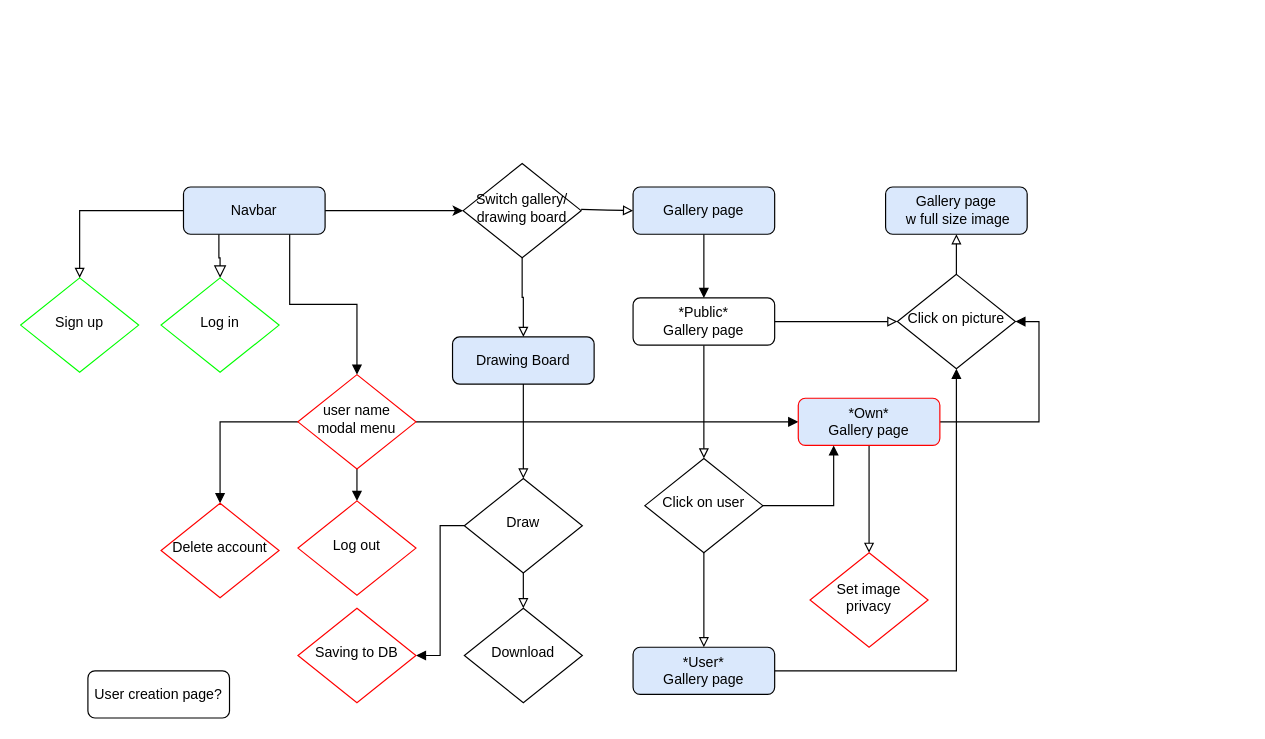
damien-rembert/diagrams keeps this draw.io diagram as page "Everything" (1 of 6) of pixel/user_stories.drawio. Above is the earlier version. Source tidied: cells renumbered, new cells numbered last; positions are measured from the earlier drawing's top-left corner, leaving out a move shared by most shapes. Both pictures are drawn from the tidied source at 118%, with x=0, y=0 at pixel (20, 163).
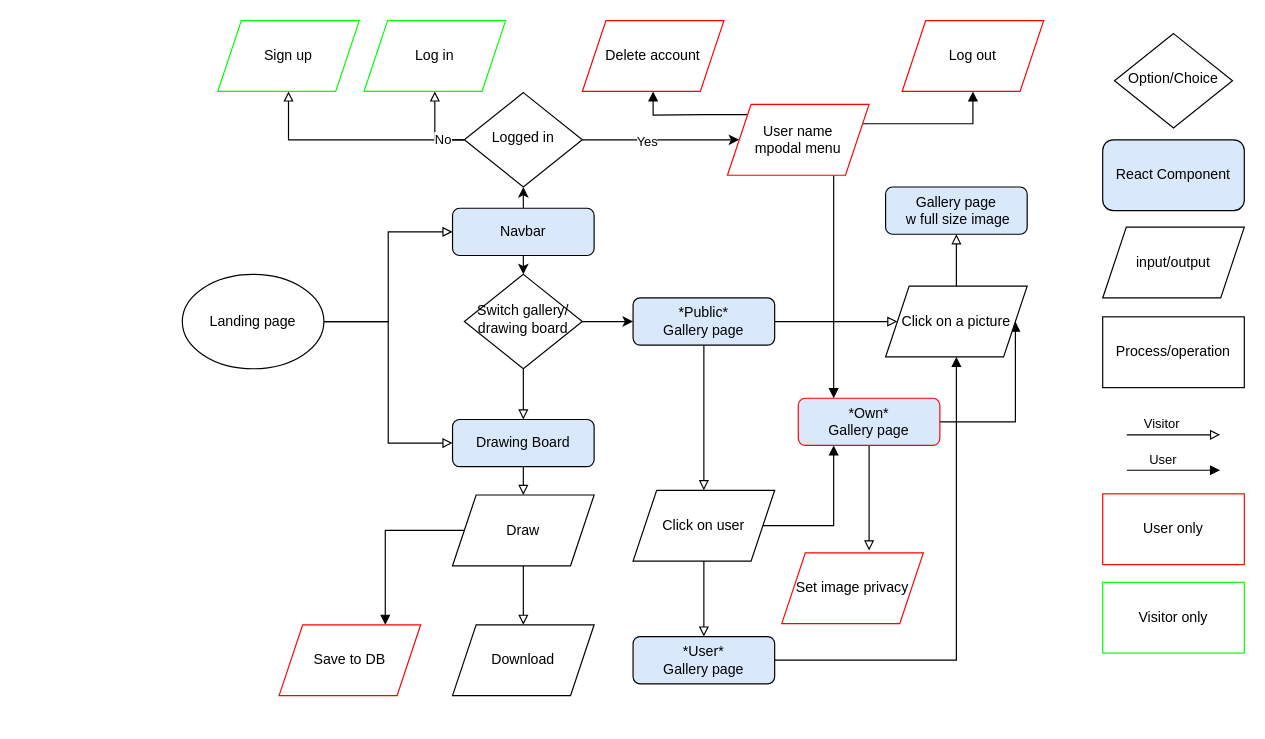
Above is the later version.

The change refers to these unchanged cells:
```xml
<mxCell id="23" value="&lt;div&gt;*Own* &lt;br&gt;&lt;/div&gt;&lt;div&gt;Gallery page&lt;/div&gt;" style="rounded=1;whiteSpace=wrap;html=1;fontSize=12;glass=0;strokeWidth=1;shadow=0;fillColor=#dae8fc;strokeColor=#FF0000;" parent="1" vertex="1">
  <mxGeometry x="659" y="199" width="120" height="40" as="geometry" />
</mxCell>
```

The edit, as a diff of the source:
```diff
@@
-    <mxCell id="2" style="rounded=0;html=1;jettySize=auto;fontSize=11;endArrow=block;endFill=0;endSize=8;strokeWidth=1;shadow=0;labelBackgroundColor=none;edgeStyle=orthogonalEdgeStyle;exitX=0.25;exitY=1;exitDx=0;exitDy=0;" parent="1" edge="1" source="18" target="6">
-      <mxGeometry relative="1" as="geometry" />
-    </mxCell>
-    <mxCell id="3" style="edgeStyle=orthogonalEdgeStyle;rounded=0;jettySize=auto;html=1;entryX=0;entryY=0.5;entryDx=0;entryDy=0;exitX=1;exitY=0.5;exitDx=0;exitDy=0;" parent="1" edge="1" source="18" target="9">
+    <mxCell id="3" style="edgeStyle=orthogonalEdgeStyle;rounded=0;jettySize=auto;html=1;entryX=0.5;entryY=0;entryDx=0;entryDy=0;exitX=0.5;exitY=1;exitDx=0;exitDy=0;" parent="1" edge="1" source="18" target="9">
       <mxGeometry relative="1" as="geometry" />
     </mxCell>
@@
     <mxCell id="5" value="&lt;div&gt;Drawing Board&lt;/div&gt;" style="rounded=1;whiteSpace=wrap;html=1;fontSize=12;glass=0;strokeWidth=1;shadow=0;fillColor=#dae8fc;strokeColor=#000000;" parent="1" vertex="1">
-      <mxGeometry x="366" y="147" width="120" height="40" as="geometry" />
+      <mxGeometry x="366" y="217" width="120" height="40" as="geometry" />
     </mxCell>
-    <mxCell id="6" value="Log in" style="rhombus;whiteSpace=wrap;html=1;shadow=0;fontFamily=Helvetica;fontSize=12;align=center;strokeWidth=1;spacing=6;spacingTop=-4;strokeColor=#00FF00;" parent="1" vertex="1">
-      <mxGeometry x="119" y="97" width="100" height="80" as="geometry" />
-    </mxCell>
@@
-    <mxCell id="8" style="edgeStyle=orthogonalEdgeStyle;rounded=0;jettySize=auto;html=1;exitX=1;exitY=0.5;exitDx=0;exitDy=0;entryX=0;entryY=0.5;entryDx=0;entryDy=0;endArrow=block;endFill=0;" parent="1" edge="1" target="29">
-      <mxGeometry relative="1" as="geometry">
-        <mxPoint x="475" y="39" as="sourcePoint" />
-      </mxGeometry>
-    </mxCell>
+    <mxCell id="43" style="edgeStyle=orthogonalEdgeStyle;rounded=0;jettySize=auto;html=1;exitX=1;exitY=0.5;exitDx=0;exitDy=0;entryX=0;entryY=0.5;entryDx=0;entryDy=0;" parent="1" edge="1" source="9" target="15">
+      <mxGeometry relative="1" as="geometry" />
+    </mxCell>
     <mxCell id="9" value="&lt;div&gt;Switch gallery/&lt;/div&gt;&lt;div&gt;drawing board&lt;/div&gt;" style="rhombus;whiteSpace=wrap;html=1;shadow=0;fontFamily=Helvetica;fontSize=12;align=center;strokeWidth=1;spacing=6;spacingTop=-4;" parent="1" vertex="1">
-      <mxGeometry x="375" width="100" height="80" as="geometry" />
+      <mxGeometry x="376" y="94" width="100" height="80" as="geometry" />
     </mxCell>
-    <mxCell id="10" value="Sign up" style="rhombus;whiteSpace=wrap;html=1;shadow=0;fontFamily=Helvetica;fontSize=12;align=center;strokeWidth=1;spacing=6;spacingTop=-4;strokeColor=#00FF00;" parent="1" vertex="1">
-      <mxGeometry y="97" width="100" height="80" as="geometry" />
-    </mxCell>
-    <mxCell id="11" value="&lt;div&gt;User creation page?&lt;/div&gt;" style="rounded=1;whiteSpace=wrap;html=1;fontSize=12;glass=0;strokeWidth=1;shadow=0;" parent="1" vertex="1">
-      <mxGeometry x="57" y="430" width="120" height="40" as="geometry" />
-    </mxCell>
-    <mxCell id="12" style="edgeStyle=orthogonalEdgeStyle;rounded=0;jettySize=auto;html=1;entryX=0.5;entryY=0;entryDx=0;entryDy=0;exitX=0;exitY=0.5;exitDx=0;exitDy=0;endArrow=block;endFill=0;" parent="1" edge="1" source="18" target="10">
-      <mxGeometry relative="1" as="geometry" />
-    </mxCell>
@@
-    <mxCell id="14" style="edgeStyle=orthogonalEdgeStyle;rounded=0;jettySize=auto;html=1;exitX=1;exitY=0.5;exitDx=0;exitDy=0;entryX=0;entryY=0.5;entryDx=0;entryDy=0;endArrow=block;endFill=0;" parent="1" edge="1" source="15" target="41">
+    <mxCell id="14" style="edgeStyle=orthogonalEdgeStyle;rounded=0;jettySize=auto;html=1;exitX=1;exitY=0.5;exitDx=0;exitDy=0;entryX=0;entryY=0.5;entryDx=0;entryDy=0;endArrow=block;endFill=0;" parent="1" edge="1" source="15" target="48">
       <mxGeometry relative="1" as="geometry" />
     </mxCell>
-    <mxCell id="15" value="*Public*&lt;br&gt;&lt;div&gt;Gallery page&lt;/div&gt;" style="rounded=1;whiteSpace=wrap;html=1;fontSize=12;glass=0;strokeWidth=1;shadow=0;" parent="1" vertex="1">
+    <mxCell id="15" value="*Public*&lt;br&gt;&lt;div&gt;Gallery page&lt;/div&gt;" style="rounded=1;whiteSpace=wrap;html=1;fontSize=12;glass=0;strokeWidth=1;shadow=0;fillColor=#DAE8FC;" parent="1" vertex="1">
       <mxGeometry x="519" y="114" width="120" height="40" as="geometry" />
     </mxCell>
-    <mxCell id="16" style="edgeStyle=orthogonalEdgeStyle;rounded=0;jettySize=auto;html=1;exitX=1;exitY=0.5;exitDx=0;exitDy=0;entryX=0;entryY=0.5;entryDx=0;entryDy=0;endArrow=block;endFill=1;" parent="1" edge="1" source="33" target="23">
+    <mxCell id="16" style="edgeStyle=orthogonalEdgeStyle;rounded=0;jettySize=auto;html=1;exitX=0.75;exitY=1;exitDx=0;exitDy=0;entryX=0.25;entryY=0;entryDx=0;entryDy=0;endArrow=block;endFill=1;" parent="1" edge="1" source="50" target="23">
       <mxGeometry relative="1" as="geometry" />
     </mxCell>
-    <mxCell id="17" style="edgeStyle=orthogonalEdgeStyle;rounded=0;jettySize=auto;html=1;exitX=0.75;exitY=1;exitDx=0;exitDy=0;endArrow=block;endFill=1;" parent="1" edge="1" source="18" target="33">
-      <mxGeometry relative="1" as="geometry" />
-    </mxCell>
+    <mxCell id="44" style="edgeStyle=orthogonalEdgeStyle;rounded=0;jettySize=auto;html=1;exitX=0.5;exitY=0;exitDx=0;exitDy=0;entryX=0.5;entryY=1;entryDx=0;entryDy=0;" parent="1" edge="1" source="18" target="56">
+      <mxGeometry relative="1" as="geometry" />
+    </mxCell>
     <mxCell id="18" value="&lt;div&gt;Navbar&lt;/div&gt;" style="rounded=1;whiteSpace=wrap;html=1;fontSize=12;glass=0;strokeWidth=1;shadow=0;fillColor=#dae8fc;strokeColor=#000000;" parent="1" vertex="1">
-      <mxGeometry x="138" y="20" width="120" height="40" as="geometry" />
+      <mxGeometry x="366" y="38" width="120" height="40" as="geometry" />
     </mxCell>
-    <mxCell id="19" style="edgeStyle=orthogonalEdgeStyle;rounded=0;jettySize=auto;html=1;exitX=1;exitY=0.5;exitDx=0;exitDy=0;entryX=0.5;entryY=1;entryDx=0;entryDy=0;endArrow=block;endFill=1;" parent="1" edge="1" source="20" target="41">
+    <mxCell id="19" style="edgeStyle=orthogonalEdgeStyle;rounded=0;jettySize=auto;html=1;exitX=1;exitY=0.5;exitDx=0;exitDy=0;entryX=0.5;entryY=1;entryDx=0;entryDy=0;endArrow=block;endFill=1;" parent="1" edge="1" source="20" target="48">
       <mxGeometry relative="1" as="geometry" />
     </mxCell>
     <mxCell id="20" value="&lt;div&gt;*User*&lt;/div&gt;&lt;div&gt;Gallery page&lt;/div&gt;" style="rounded=1;whiteSpace=wrap;html=1;fontSize=12;glass=0;strokeWidth=1;shadow=0;fillColor=#dae8fc;strokeColor=#000000;" parent="1" vertex="1">
-      <mxGeometry x="519" y="410" width="120" height="40" as="geometry" />
+      <mxGeometry x="519" y="401" width="120" height="40" as="geometry" />
     </mxCell>
-    <mxCell id="21" style="edgeStyle=orthogonalEdgeStyle;rounded=0;jettySize=auto;html=1;exitX=0.5;exitY=1;exitDx=0;exitDy=0;entryX=0.5;entryY=0;entryDx=0;entryDy=0;endArrow=block;endFill=0;" parent="1" edge="1" source="23" target="36">
+    <mxCell id="21" style="edgeStyle=orthogonalEdgeStyle;rounded=0;jettySize=auto;html=1;exitX=0.5;exitY=1;exitDx=0;exitDy=0;entryX=0.617;entryY=-0.033;entryDx=0;entryDy=0;endArrow=block;endFill=0;entryPerimeter=0;" parent="1" edge="1" source="23" target="36">
       <mxGeometry relative="1" as="geometry" />
     </mxCell>
-    <mxCell id="22" style="edgeStyle=orthogonalEdgeStyle;rounded=0;jettySize=auto;html=1;exitX=1;exitY=0.5;exitDx=0;exitDy=0;entryX=1;entryY=0.5;entryDx=0;entryDy=0;endArrow=block;endFill=1;" parent="1" edge="1" source="23" target="41">
+    <mxCell id="22" style="edgeStyle=orthogonalEdgeStyle;rounded=0;jettySize=auto;html=1;exitX=1;exitY=0.5;exitDx=0;exitDy=0;entryX=1;entryY=0.5;entryDx=0;entryDy=0;endArrow=block;endFill=1;" parent="1" edge="1" source="23" target="48">
       <mxGeometry relative="1" as="geometry" />
     </mxCell>
@@
-    <mxCell id="25" style="edgeStyle=orthogonalEdgeStyle;rounded=0;jettySize=auto;html=1;exitX=0;exitY=0.5;exitDx=0;exitDy=0;entryX=1;entryY=0.5;entryDx=0;entryDy=0;endArrow=block;endFill=1;" parent="1" edge="1" source="26" target="30">
+    <mxCell id="25" style="edgeStyle=orthogonalEdgeStyle;rounded=0;jettySize=auto;html=1;exitX=0;exitY=0.5;exitDx=0;exitDy=0;entryX=0.75;entryY=0;entryDx=0;entryDy=0;endArrow=block;endFill=1;" parent="1" edge="1" source="26" target="49">
       <mxGeometry relative="1" as="geometry" />
     </mxCell>
-    <mxCell id="26" value="&lt;div&gt;Draw&lt;/div&gt;" style="rhombus;whiteSpace=wrap;html=1;shadow=0;fontFamily=Helvetica;fontSize=12;align=center;strokeWidth=1;spacing=6;spacingTop=-4;" parent="1" vertex="1">
-      <mxGeometry x="376" y="267" width="100" height="80" as="geometry" />
-    </mxCell>
-    <mxCell id="27" value="&lt;div&gt;Download&lt;/div&gt;" style="rhombus;whiteSpace=wrap;html=1;shadow=0;fontFamily=Helvetica;fontSize=12;align=center;strokeWidth=1;spacing=6;spacingTop=-4;" parent="1" vertex="1">
-      <mxGeometry x="376" y="377" width="100" height="80" as="geometry" />
-    </mxCell>
-    <mxCell id="28" style="edgeStyle=orthogonalEdgeStyle;rounded=0;jettySize=auto;html=1;exitX=0.5;exitY=1;exitDx=0;exitDy=0;entryX=0.5;entryY=0;entryDx=0;entryDy=0;endArrow=block;endFill=1;" parent="1" edge="1" source="29" target="15">
-      <mxGeometry relative="1" as="geometry" />
-    </mxCell>
-    <mxCell id="29" value="&lt;div&gt;Gallery page&lt;/div&gt;" style="rounded=1;whiteSpace=wrap;html=1;fontSize=12;glass=0;strokeWidth=1;shadow=0;fillColor=#dae8fc;strokeColor=#000000;" parent="1" vertex="1">
-      <mxGeometry x="519" y="20" width="120" height="40" as="geometry" />
-    </mxCell>
-    <mxCell id="30" value="&lt;div&gt;Saving to DB&lt;br&gt;&lt;/div&gt;" style="rhombus;whiteSpace=wrap;html=1;shadow=0;fontFamily=Helvetica;fontSize=12;align=center;strokeWidth=1;spacing=6;spacingTop=-4;strokeColor=#FF0000;" parent="1" vertex="1">
-      <mxGeometry x="235" y="377" width="100" height="80" as="geometry" />
-    </mxCell>
-    <mxCell id="31" style="edgeStyle=orthogonalEdgeStyle;rounded=0;jettySize=auto;html=1;exitX=0.5;exitY=1;exitDx=0;exitDy=0;entryX=0.5;entryY=0;entryDx=0;entryDy=0;endArrow=block;endFill=1;" parent="1" edge="1" source="33" target="34">
+    <mxCell id="31" style="edgeStyle=orthogonalEdgeStyle;rounded=0;jettySize=auto;html=1;exitX=1;exitY=0.25;exitDx=0;exitDy=0;entryX=0.5;entryY=1;entryDx=0;entryDy=0;endArrow=block;endFill=1;" parent="1" edge="1" source="50" target="34">
       <mxGeometry relative="1" as="geometry" />
     </mxCell>
-    <mxCell id="32" style="edgeStyle=orthogonalEdgeStyle;rounded=0;jettySize=auto;html=1;exitX=0;exitY=0.5;exitDx=0;exitDy=0;entryX=0.5;entryY=0;entryDx=0;entryDy=0;endArrow=block;endFill=1;" parent="1" edge="1" source="33" target="35">
+    <mxCell id="32" style="edgeStyle=orthogonalEdgeStyle;rounded=0;jettySize=auto;html=1;entryX=0.5;entryY=1;entryDx=0;entryDy=0;endArrow=block;endFill=1;exitX=0;exitY=0;exitDx=0;exitDy=0;" parent="1" edge="1" source="50" target="35">
       <mxGeometry relative="1" as="geometry" />
     </mxCell>
-    <mxCell id="33" value="user name modal menu" style="rhombus;whiteSpace=wrap;html=1;shadow=0;fontFamily=Helvetica;fontSize=12;align=center;strokeWidth=1;spacing=6;spacingTop=-4;strokeColor=#FF0000;" parent="1" vertex="1">
-      <mxGeometry x="235" y="179" width="100" height="80" as="geometry" />
-    </mxCell>
+    <mxCell id="37" style="edgeStyle=orthogonalEdgeStyle;rounded=0;jettySize=auto;html=1;exitX=0.5;exitY=1;exitDx=0;exitDy=0;entryX=0.5;entryY=0;entryDx=0;entryDy=0;endArrow=block;endFill=0;" parent="1" edge="1" source="39" target="20">
+      <mxGeometry relative="1" as="geometry" />
+    </mxCell>
+    <mxCell id="38" style="edgeStyle=orthogonalEdgeStyle;rounded=0;jettySize=auto;html=1;exitX=1;exitY=0.5;exitDx=0;exitDy=0;entryX=0.25;entryY=1;entryDx=0;entryDy=0;endArrow=block;endFill=1;" parent="1" edge="1" source="39" target="23">
+      <mxGeometry relative="1" as="geometry" />
+    </mxCell>
+    <mxCell id="40" style="edgeStyle=orthogonalEdgeStyle;rounded=0;jettySize=auto;html=1;exitX=0.5;exitY=0;exitDx=0;exitDy=0;entryX=0.5;entryY=1;entryDx=0;entryDy=0;endArrow=block;endFill=0;" parent="1" edge="1" source="48" target="42">
+      <mxGeometry relative="1" as="geometry" />
+    </mxCell>
+    <mxCell id="42" value="&lt;div&gt;Gallery page&lt;/div&gt;&amp;nbsp;w full size image" style="rounded=1;whiteSpace=wrap;html=1;fontSize=12;glass=0;strokeWidth=1;shadow=0;fillColor=#dae8fc;strokeColor=#000000;" parent="1" vertex="1">
+      <mxGeometry x="733" y="20" width="120" height="40" as="geometry" />
+    </mxCell>
+    <mxCell id="45" value="input/output" style="shape=parallelogram;perimeter=parallelogramPerimeter;whiteSpace=wrap;html=1;fixedSize=1;" parent="1" vertex="1">
+      <mxGeometry x="917" y="54" width="120" height="60" as="geometry" />
+    </mxCell>
+    <mxCell id="46" value="React Component" style="rounded=1;whiteSpace=wrap;html=1;fillColor=#dae8fc;strokeColor=#000000;" parent="1" vertex="1">
+      <mxGeometry x="917" y="-20" width="120" height="60" as="geometry" />
+    </mxCell>
+    <mxCell id="47" value="Process/operation" style="rounded=0;whiteSpace=wrap;html=1;" parent="1" vertex="1">
+      <mxGeometry x="917" y="130" width="120" height="60" as="geometry" />
+    </mxCell>
+    <mxCell id="48" value="&lt;div&gt;Click on a picture&lt;/div&gt;" style="shape=parallelogram;perimeter=parallelogramPerimeter;whiteSpace=wrap;html=1;fixedSize=1;" parent="1" vertex="1">
+      <mxGeometry x="733" y="104" width="120" height="60" as="geometry" />
+    </mxCell>
+    <mxCell id="36" value="Set image privacy" style="shape=parallelogram;perimeter=parallelogramPerimeter;whiteSpace=wrap;html=1;fixedSize=1;strokeColor=#FF0000;" parent="1" vertex="1">
+      <mxGeometry x="645" y="330" width="120" height="60" as="geometry" />
+    </mxCell>
+    <mxCell id="39" value="Click on user" style="shape=parallelogram;perimeter=parallelogramPerimeter;whiteSpace=wrap;html=1;fixedSize=1;" parent="1" vertex="1">
+      <mxGeometry x="519" y="277" width="120" height="60" as="geometry" />
+    </mxCell>
+    <mxCell id="49" value="Save to DB" style="shape=parallelogram;perimeter=parallelogramPerimeter;whiteSpace=wrap;html=1;fixedSize=1;strokeColor=#FF0000;" parent="1" vertex="1">
+      <mxGeometry x="219" y="391" width="120" height="60" as="geometry" />
+    </mxCell>
+    <mxCell id="50" value="&lt;div&gt;User name&lt;/div&gt;&lt;div&gt;mpodal menu&lt;br&gt;&lt;/div&gt;" style="shape=parallelogram;perimeter=parallelogramPerimeter;whiteSpace=wrap;html=1;fixedSize=1;strokeColor=#FF0000;" parent="1" vertex="1">
+      <mxGeometry x="599" y="-50" width="120" height="60" as="geometry" />
+    </mxCell>
-    <mxCell id="34" value="&lt;div&gt;Log out&lt;/div&gt;" style="rhombus;whiteSpace=wrap;html=1;shadow=0;fontFamily=Helvetica;fontSize=12;align=center;strokeWidth=1;spacing=6;spacingTop=-4;strokeColor=#FF0000;" parent="1" vertex="1">
-      <mxGeometry x="235" y="286" width="100" height="80" as="geometry" />
+    <mxCell id="34" value="Log out" style="shape=parallelogram;perimeter=parallelogramPerimeter;whiteSpace=wrap;html=1;fixedSize=1;strokeColor=#FF0000;" parent="1" vertex="1">
+      <mxGeometry x="747" y="-121" width="120" height="60" as="geometry" />
     </mxCell>
-    <mxCell id="35" value="Delete account" style="rhombus;whiteSpace=wrap;html=1;shadow=0;fontFamily=Helvetica;fontSize=12;align=center;strokeWidth=1;spacing=6;spacingTop=-4;strokeColor=#FF0000;" parent="1" vertex="1">
-      <mxGeometry x="119" y="288" width="100" height="80" as="geometry" />
+    <mxCell id="35" value="Delete account" style="shape=parallelogram;perimeter=parallelogramPerimeter;whiteSpace=wrap;html=1;fixedSize=1;strokeColor=#FF0000;" parent="1" vertex="1">
+      <mxGeometry x="476" y="-121" width="120" height="60" as="geometry" />
     </mxCell>
-    <mxCell id="36" value="&lt;div&gt;Set image privacy&lt;/div&gt;" style="rhombus;whiteSpace=wrap;html=1;shadow=0;fontFamily=Helvetica;fontSize=12;align=center;strokeWidth=1;spacing=6;spacingTop=-4;strokeColor=#FF0000;" parent="1" vertex="1">
-      <mxGeometry x="669" y="330" width="100" height="80" as="geometry" />
-    </mxCell>
-    <mxCell id="37" style="edgeStyle=orthogonalEdgeStyle;rounded=0;jettySize=auto;html=1;exitX=0.5;exitY=1;exitDx=0;exitDy=0;entryX=0.5;entryY=0;entryDx=0;entryDy=0;endArrow=block;endFill=0;" parent="1" edge="1" source="39" target="20">
-      <mxGeometry relative="1" as="geometry" />
-    </mxCell>
-    <mxCell id="38" style="edgeStyle=orthogonalEdgeStyle;rounded=0;jettySize=auto;html=1;exitX=1;exitY=0.5;exitDx=0;exitDy=0;entryX=0.25;entryY=1;entryDx=0;entryDy=0;endArrow=block;endFill=1;" parent="1" edge="1" source="39" target="23">
-      <mxGeometry relative="1" as="geometry" />
-    </mxCell>
-    <mxCell id="39" value="Click on user" style="rhombus;whiteSpace=wrap;html=1;shadow=0;fontFamily=Helvetica;fontSize=12;align=center;strokeWidth=1;spacing=6;spacingTop=-4;" parent="1" vertex="1">
-      <mxGeometry x="529" y="250" width="100" height="80" as="geometry" />
-    </mxCell>
-    <mxCell id="40" style="edgeStyle=orthogonalEdgeStyle;rounded=0;jettySize=auto;html=1;exitX=0.5;exitY=0;exitDx=0;exitDy=0;entryX=0.5;entryY=1;entryDx=0;entryDy=0;endArrow=block;endFill=0;" parent="1" edge="1" source="41" target="42">
-      <mxGeometry relative="1" as="geometry" />
-    </mxCell>
-    <mxCell id="41" value="Click on picture" style="rhombus;whiteSpace=wrap;html=1;shadow=0;fontFamily=Helvetica;fontSize=12;align=center;strokeWidth=1;spacing=6;spacingTop=-4;" parent="1" vertex="1">
-      <mxGeometry x="743" y="94" width="100" height="80" as="geometry" />
-    </mxCell>
-    <mxCell id="42" value="&lt;div&gt;Gallery page&lt;/div&gt;&amp;nbsp;w full size image" style="rounded=1;whiteSpace=wrap;html=1;fontSize=12;glass=0;strokeWidth=1;shadow=0;fillColor=#dae8fc;strokeColor=#000000;" parent="1" vertex="1">
-      <mxGeometry x="733" y="20" width="120" height="40" as="geometry" />
-    </mxCell>
+    <mxCell id="27" value="Download" style="shape=parallelogram;perimeter=parallelogramPerimeter;whiteSpace=wrap;html=1;fixedSize=1;" parent="1" vertex="1">
+      <mxGeometry x="366" y="391" width="120" height="60" as="geometry" />
+    </mxCell>
+    <mxCell id="26" value="Draw" style="shape=parallelogram;perimeter=parallelogramPerimeter;whiteSpace=wrap;html=1;fixedSize=1;" parent="1" vertex="1">
+      <mxGeometry x="366" y="281" width="120" height="60" as="geometry" />
+    </mxCell>
+    <mxCell id="10" value="Sign up" style="shape=parallelogram;perimeter=parallelogramPerimeter;whiteSpace=wrap;html=1;fixedSize=1;strokeColor=#00FF00;" parent="1" vertex="1">
+      <mxGeometry x="167" y="-121" width="120" height="60" as="geometry" />
+    </mxCell>
+    <mxCell id="6" value="&lt;div&gt;Log in&lt;/div&gt;" style="shape=parallelogram;perimeter=parallelogramPerimeter;whiteSpace=wrap;html=1;fixedSize=1;strokeColor=#00FF00;" parent="1" vertex="1">
+      <mxGeometry x="291" y="-121" width="120" height="60" as="geometry" />
+    </mxCell>
+    <mxCell id="51" style="edgeStyle=orthogonalEdgeStyle;rounded=0;jettySize=auto;html=1;exitX=0;exitY=0.5;exitDx=0;exitDy=0;entryX=0.5;entryY=1;entryDx=0;entryDy=0;endArrow=block;endFill=0;" parent="1" edge="1" source="56" target="6">
+      <mxGeometry relative="1" as="geometry" />
+    </mxCell>
+    <mxCell id="52" style="edgeStyle=orthogonalEdgeStyle;rounded=0;jettySize=auto;html=1;exitX=0;exitY=0.5;exitDx=0;exitDy=0;entryX=0.5;entryY=1;entryDx=0;entryDy=0;endArrow=block;endFill=0;" parent="1" edge="1" source="56" target="10">
+      <mxGeometry relative="1" as="geometry" />
+    </mxCell>
+    <mxCell id="53" value="No" style="edgeLabel;html=1;align=center;verticalAlign=middle;" parent="52" vertex="1">
+      <mxGeometry x="-0.8" y="-1" relative="1" as="geometry" />
+    </mxCell>
+    <mxCell id="54" style="edgeStyle=orthogonalEdgeStyle;rounded=0;jettySize=auto;html=1;exitX=1;exitY=0.5;exitDx=0;exitDy=0;entryX=0;entryY=0.5;entryDx=0;entryDy=0;" parent="1" edge="1" source="56" target="50">
+      <mxGeometry relative="1" as="geometry" />
+    </mxCell>
+    <mxCell id="55" value="Yes" style="edgeLabel;html=1;align=center;verticalAlign=middle;" parent="54" vertex="1">
+      <mxGeometry x="-0.19" y="-1" relative="1" as="geometry" />
+    </mxCell>
+    <mxCell id="56" value="Logged in" style="rhombus;whiteSpace=wrap;html=1;shadow=0;fontFamily=Helvetica;fontSize=12;align=center;strokeWidth=1;spacing=6;spacingTop=-4;" parent="1" vertex="1">
+      <mxGeometry x="376" y="-60" width="100" height="80" as="geometry" />
+    </mxCell>
+    <mxCell id="57" value="Option/Choice" style="rhombus;whiteSpace=wrap;html=1;shadow=0;fontFamily=Helvetica;fontSize=12;align=center;strokeWidth=1;spacing=6;spacingTop=-4;" parent="1" vertex="1">
+      <mxGeometry x="927" y="-110" width="100" height="80" as="geometry" />
+    </mxCell>
+    <mxCell id="58" style="edgeStyle=orthogonalEdgeStyle;rounded=0;jettySize=auto;html=1;exitX=1;exitY=0.5;exitDx=0;exitDy=0;entryX=0;entryY=0.5;entryDx=0;entryDy=0;endArrow=block;endFill=0;" parent="1" edge="1" source="60" target="18">
+      <mxGeometry relative="1" as="geometry" />
+    </mxCell>
+    <mxCell id="59" style="edgeStyle=orthogonalEdgeStyle;rounded=0;jettySize=auto;html=1;exitX=1;exitY=0.5;exitDx=0;exitDy=0;entryX=0;entryY=0.5;entryDx=0;entryDy=0;endArrow=block;endFill=0;" parent="1" edge="1" source="60" target="5">
+      <mxGeometry relative="1" as="geometry" />
+    </mxCell>
+    <mxCell id="60" value="Landing page" style="ellipse;whiteSpace=wrap;html=1;strokeColor=#000000;fillColor=#FFFFFF;" parent="1" vertex="1">
+      <mxGeometry x="137" y="94" width="120" height="80" as="geometry" />
+    </mxCell>
+    <mxCell id="61" style="edgeStyle=orthogonalEdgeStyle;rounded=0;orthogonalLoop=1;jettySize=auto;html=1;entryX=0.75;entryY=0;entryDx=0;entryDy=0;endArrow=block;endFill=0;" parent="1" edge="1">
+      <mxGeometry relative="1" as="geometry">
+        <mxPoint x="937.5" y="230" as="sourcePoint" />
+        <mxPoint x="1016.5" y="230" as="targetPoint" />
+      </mxGeometry>
+    </mxCell>
+    <mxCell id="62" value="Visitor" style="edgeLabel;html=1;align=center;verticalAlign=middle;" parent="61" vertex="1">
+      <mxGeometry x="-0.28" y="-1" relative="1" as="geometry">
+        <mxPoint x="1" y="-11" as="offset" />
+      </mxGeometry>
+    </mxCell>
+    <mxCell id="63" style="edgeStyle=orthogonalEdgeStyle;rounded=0;orthogonalLoop=1;jettySize=auto;html=1;entryX=0.75;entryY=0;entryDx=0;entryDy=0;endArrow=block;endFill=1;" parent="1" edge="1">
+      <mxGeometry relative="1" as="geometry">
+        <mxPoint x="937.5" y="260" as="sourcePoint" />
+        <mxPoint x="1016.5" y="260" as="targetPoint" />
+      </mxGeometry>
+    </mxCell>
+    <mxCell id="64" value="User" style="edgeLabel;html=1;align=center;verticalAlign=middle;" parent="63" vertex="1">
+      <mxGeometry x="-0.28" y="-1" relative="1" as="geometry">
+        <mxPoint x="2" y="-11" as="offset" />
+      </mxGeometry>
+    </mxCell>
+    <mxCell id="65" value="Visitor only" style="rounded=0;whiteSpace=wrap;html=1;strokeColor=#00FF00;" parent="1" vertex="1">
+      <mxGeometry x="917" y="355" width="120" height="60" as="geometry" />
+    </mxCell>
+    <mxCell id="66" value="User only" style="rounded=0;whiteSpace=wrap;html=1;strokeColor=#FF0000;" parent="1" vertex="1">
+      <mxGeometry x="917" y="280" width="120" height="60" as="geometry" />
+    </mxCell>
```
